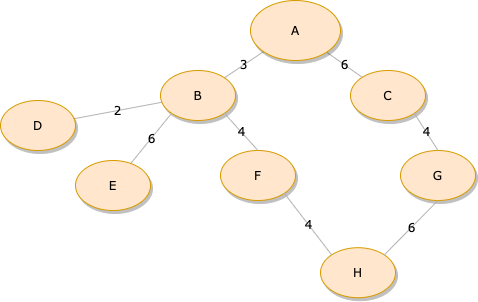
Earlier version of the draw.io export Praktikum_2/Latex/Figs/Beispielgraph_2.png (krisschaaf/BAI3_GKA). Source tidied: cells renumbered, new cells last; positions are measured from the earlier drawing's top-left corner, leaving out a move shared by most shapes. Its diagram source:
```xml
<mxGraphModel>
  <root>
    <mxCell id="0" />
    <mxCell id="1" parent="0" />
    <mxCell id="2" value="3" style="edgeStyle=none;rounded=1;html=1;labelBackgroundColor=none;startArrow=none;startFill=0;startSize=5;endArrow=none;endFill=0;endSize=5;jettySize=auto;strokeColor=#B3B3B3;strokeWidth=1;fontFamily=Verdana;fontSize=12;" parent="1" edge="1" source="4" target="7">
      <mxGeometry relative="1" as="geometry" />
    </mxCell>
    <mxCell id="3" value="6" style="edgeStyle=none;rounded=1;html=1;labelBackgroundColor=none;startArrow=none;startFill=0;startSize=5;endArrow=none;endFill=0;endSize=5;jettySize=auto;strokeColor=#B3B3B3;strokeWidth=1;fontFamily=Verdana;fontSize=12;" parent="1" edge="1" source="4" target="5">
      <mxGeometry relative="1" as="geometry" />
    </mxCell>
    <mxCell id="4" value="A" style="ellipse;whiteSpace=wrap;html=1;rounded=0;shadow=1;comic=0;labelBackgroundColor=none;strokeWidth=1;fontFamily=Verdana;fontSize=12;align=center;fillColor=#ffe6cc;strokeColor=#d79b00;" parent="1" vertex="1">
      <mxGeometry x="250" width="90" height="60" as="geometry" />
    </mxCell>
    <mxCell id="5" value="C" style="ellipse;whiteSpace=wrap;html=1;rounded=0;shadow=1;comic=0;labelBackgroundColor=none;strokeWidth=1;fontFamily=Verdana;fontSize=12;align=center;fillColor=#ffe6cc;strokeColor=#d79b00;" parent="1" vertex="1">
      <mxGeometry x="350" y="70" width="75" height="50" as="geometry" />
    </mxCell>
    <mxCell id="6" value="2" style="edgeStyle=none;rounded=1;html=1;labelBackgroundColor=none;startArrow=none;startFill=0;startSize=5;endArrow=none;endFill=0;endSize=5;jettySize=auto;strokeColor=#B3B3B3;strokeWidth=1;fontFamily=Verdana;fontSize=12;" parent="1" edge="1" source="7" target="9">
      <mxGeometry relative="1" as="geometry" />
    </mxCell>
    <mxCell id="7" value="B" style="ellipse;whiteSpace=wrap;html=1;rounded=0;shadow=1;comic=0;labelBackgroundColor=none;strokeWidth=1;fontFamily=Verdana;fontSize=12;align=center;fillColor=#ffe6cc;strokeColor=#d79b00;" parent="1" vertex="1">
      <mxGeometry x="160" y="70" width="75" height="50" as="geometry" />
    </mxCell>
    <mxCell id="8" value="6" style="edgeStyle=none;rounded=1;html=1;labelBackgroundColor=none;startArrow=none;startFill=0;startSize=5;endArrow=none;endFill=0;endSize=5;jettySize=auto;strokeColor=#B3B3B3;strokeWidth=1;fontFamily=Verdana;fontSize=12;exitX=0;exitY=1;exitDx=0;exitDy=0;" parent="1" edge="1" source="7" target="10">
      <mxGeometry relative="1" as="geometry" />
    </mxCell>
    <mxCell id="9" value="&lt;span&gt;D&lt;/span&gt;" style="ellipse;whiteSpace=wrap;html=1;rounded=0;shadow=1;comic=0;labelBackgroundColor=none;strokeWidth=1;fontFamily=Verdana;fontSize=12;align=center;fillColor=#ffe6cc;strokeColor=#d79b00;" parent="1" vertex="1">
      <mxGeometry y="100" width="75" height="50" as="geometry" />
    </mxCell>
    <mxCell id="10" value="&lt;span&gt;E&lt;/span&gt;" style="ellipse;whiteSpace=wrap;html=1;rounded=0;shadow=1;comic=0;labelBackgroundColor=none;strokeWidth=1;fontFamily=Verdana;fontSize=12;align=center;fillColor=#ffe6cc;strokeColor=#d79b00;" parent="1" vertex="1">
      <mxGeometry x="75" y="160" width="75" height="50" as="geometry" />
    </mxCell>
    <mxCell id="11" value="&lt;span&gt;F&lt;/span&gt;" style="ellipse;whiteSpace=wrap;html=1;rounded=0;shadow=1;comic=0;labelBackgroundColor=none;strokeWidth=1;fontFamily=Verdana;fontSize=12;align=center;fillColor=#ffe6cc;strokeColor=#d79b00;" parent="1" vertex="1">
      <mxGeometry x="220" y="150" width="75" height="50" as="geometry" />
    </mxCell>
    <mxCell id="12" value="4" style="edgeStyle=none;rounded=1;html=1;labelBackgroundColor=none;startArrow=none;startFill=0;startSize=5;endArrow=none;endFill=0;endSize=5;jettySize=auto;strokeColor=#B3B3B3;strokeWidth=1;fontFamily=Verdana;fontSize=12;exitX=1;exitY=1;exitDx=0;exitDy=0;entryX=0.5;entryY=0;entryDx=0;entryDy=0;" parent="1" edge="1" source="7" target="11">
      <mxGeometry relative="1" as="geometry" />
    </mxCell>
    <mxCell id="13" value="&lt;span&gt;G&lt;/span&gt;" style="ellipse;whiteSpace=wrap;html=1;rounded=0;shadow=1;comic=0;labelBackgroundColor=none;strokeWidth=1;fontFamily=Verdana;fontSize=12;align=center;fillColor=#ffe6cc;strokeColor=#d79b00;" parent="1" vertex="1">
      <mxGeometry x="400" y="150" width="75" height="50" as="geometry" />
    </mxCell>
    <mxCell id="14" value="4" style="edgeStyle=none;rounded=1;html=1;labelBackgroundColor=none;startArrow=none;startFill=0;startSize=5;endArrow=none;endFill=0;endSize=5;jettySize=auto;strokeColor=#B3B3B3;strokeWidth=1;fontFamily=Verdana;fontSize=12;exitX=1;exitY=1;exitDx=0;exitDy=0;entryX=0.5;entryY=0;entryDx=0;entryDy=0;" parent="1" edge="1" source="5" target="13">
      <mxGeometry relative="1" as="geometry" />
    </mxCell>
    <mxCell id="15" value="&lt;span&gt;H&lt;/span&gt;" style="ellipse;whiteSpace=wrap;html=1;rounded=0;shadow=1;comic=0;labelBackgroundColor=none;strokeWidth=1;fontFamily=Verdana;fontSize=12;align=center;fillColor=#ffe6cc;strokeColor=#d79b00;" parent="1" vertex="1">
      <mxGeometry x="320" y="247.2" width="75" height="50" as="geometry" />
    </mxCell>
    <mxCell id="16" value="6" style="edgeStyle=none;rounded=1;html=1;labelBackgroundColor=none;startArrow=none;startFill=0;startSize=5;endArrow=none;endFill=0;endSize=5;jettySize=auto;strokeColor=#B3B3B3;strokeWidth=1;fontFamily=Verdana;fontSize=12;exitX=0.5;exitY=1;exitDx=0;exitDy=0;entryX=1;entryY=0;entryDx=0;entryDy=0;" parent="1" edge="1" source="13" target="15">
      <mxGeometry relative="1" as="geometry" />
    </mxCell>
    <mxCell id="17" value="4" style="edgeStyle=none;rounded=1;html=1;labelBackgroundColor=none;startArrow=none;startFill=0;startSize=5;endArrow=none;endFill=0;endSize=5;jettySize=auto;strokeColor=#B3B3B3;strokeWidth=1;fontFamily=Verdana;fontSize=12;exitX=1;exitY=1;exitDx=0;exitDy=0;entryX=0;entryY=0;entryDx=0;entryDy=0;" parent="1" edge="1" source="11" target="15">
      <mxGeometry relative="1" as="geometry" />
    </mxCell>
  </root>
</mxGraphModel>
```
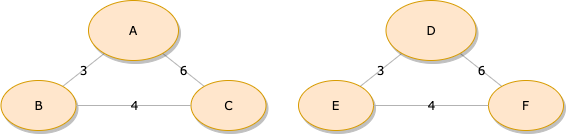
The same diagram one commit later.

Diff of the diagram source:
```diff
@@ -12,43 +12,31 @@
       <mxGeometry x="250" width="90" height="60" as="geometry" />
     </mxCell>
     <mxCell id="5" value="C" style="ellipse;whiteSpace=wrap;html=1;rounded=0;shadow=1;comic=0;labelBackgroundColor=none;strokeWidth=1;fontFamily=Verdana;fontSize=12;align=center;fillColor=#ffe6cc;strokeColor=#d79b00;" parent="1" vertex="1">
-      <mxGeometry x="350" y="70" width="75" height="50" as="geometry" />
+      <mxGeometry x="352.5" y="80" width="75" height="50" as="geometry" />
     </mxCell>
-    <mxCell id="6" value="2" style="edgeStyle=none;rounded=1;html=1;labelBackgroundColor=none;startArrow=none;startFill=0;startSize=5;endArrow=none;endFill=0;endSize=5;jettySize=auto;strokeColor=#B3B3B3;strokeWidth=1;fontFamily=Verdana;fontSize=12;" parent="1" edge="1" source="7" target="9">
-      <mxGeometry relative="1" as="geometry" />
-    </mxCell>
     <mxCell id="7" value="B" style="ellipse;whiteSpace=wrap;html=1;rounded=0;shadow=1;comic=0;labelBackgroundColor=none;strokeWidth=1;fontFamily=Verdana;fontSize=12;align=center;fillColor=#ffe6cc;strokeColor=#d79b00;" parent="1" vertex="1">
-      <mxGeometry x="160" y="70" width="75" height="50" as="geometry" />
+      <mxGeometry x="162.5" y="80" width="75" height="50" as="geometry" />
     </mxCell>
-    <mxCell id="8" value="6" style="edgeStyle=none;rounded=1;html=1;labelBackgroundColor=none;startArrow=none;startFill=0;startSize=5;endArrow=none;endFill=0;endSize=5;jettySize=auto;strokeColor=#B3B3B3;strokeWidth=1;fontFamily=Verdana;fontSize=12;exitX=0;exitY=1;exitDx=0;exitDy=0;" parent="1" edge="1" source="7" target="10">
-      <mxGeometry relative="1" as="geometry" />
-    </mxCell>
+    <mxCell id="12" value="4" style="edgeStyle=none;rounded=1;html=1;labelBackgroundColor=none;startArrow=none;startFill=0;startSize=5;endArrow=none;endFill=0;endSize=5;jettySize=auto;strokeColor=#B3B3B3;strokeWidth=1;fontFamily=Verdana;fontSize=12;exitX=1;exitY=0.5;exitDx=0;exitDy=0;entryX=0;entryY=0.5;entryDx=0;entryDy=0;" parent="1" edge="1" source="7" target="5">
+      <mxGeometry relative="1" as="geometry" />
+    </mxCell>
+    <mxCell id="18" value="3" style="edgeStyle=none;rounded=1;html=1;labelBackgroundColor=none;startArrow=none;startFill=0;startSize=5;endArrow=none;endFill=0;endSize=5;jettySize=auto;strokeColor=#B3B3B3;strokeWidth=1;fontFamily=Verdana;fontSize=12;" parent="1" edge="1" source="9" target="10">
+      <mxGeometry relative="1" as="geometry" />
+    </mxCell>
+    <mxCell id="19" value="6" style="edgeStyle=none;rounded=1;html=1;labelBackgroundColor=none;startArrow=none;startFill=0;startSize=5;endArrow=none;endFill=0;endSize=5;jettySize=auto;strokeColor=#B3B3B3;strokeWidth=1;fontFamily=Verdana;fontSize=12;" parent="1" edge="1" source="9" target="11">
+      <mxGeometry relative="1" as="geometry" />
+    </mxCell>
-    <mxCell id="9" value="&lt;span&gt;D&lt;/span&gt;" style="ellipse;whiteSpace=wrap;html=1;rounded=0;shadow=1;comic=0;labelBackgroundColor=none;strokeWidth=1;fontFamily=Verdana;fontSize=12;align=center;fillColor=#ffe6cc;strokeColor=#d79b00;" parent="1" vertex="1">
-      <mxGeometry y="100" width="75" height="50" as="geometry" />
+    <mxCell id="9" value="D" style="ellipse;whiteSpace=wrap;html=1;rounded=0;shadow=1;comic=0;labelBackgroundColor=none;strokeWidth=1;fontFamily=Verdana;fontSize=12;align=center;fillColor=#ffe6cc;strokeColor=#d79b00;" parent="1" vertex="1">
+      <mxGeometry x="547.5" width="90" height="60" as="geometry" />
     </mxCell>
+    <mxCell id="11" value="F" style="ellipse;whiteSpace=wrap;html=1;rounded=0;shadow=1;comic=0;labelBackgroundColor=none;strokeWidth=1;fontFamily=Verdana;fontSize=12;align=center;fillColor=#ffe6cc;strokeColor=#d79b00;" parent="1" vertex="1">
+      <mxGeometry x="650" y="80" width="75" height="50" as="geometry" />
+    </mxCell>
-    <mxCell id="10" value="&lt;span&gt;E&lt;/span&gt;" style="ellipse;whiteSpace=wrap;html=1;rounded=0;shadow=1;comic=0;labelBackgroundColor=none;strokeWidth=1;fontFamily=Verdana;fontSize=12;align=center;fillColor=#ffe6cc;strokeColor=#d79b00;" parent="1" vertex="1">
-      <mxGeometry x="75" y="160" width="75" height="50" as="geometry" />
+    <mxCell id="10" value="E" style="ellipse;whiteSpace=wrap;html=1;rounded=0;shadow=1;comic=0;labelBackgroundColor=none;strokeWidth=1;fontFamily=Verdana;fontSize=12;align=center;fillColor=#ffe6cc;strokeColor=#d79b00;" parent="1" vertex="1">
+      <mxGeometry x="460" y="80" width="75" height="50" as="geometry" />
     </mxCell>
-    <mxCell id="11" value="&lt;span&gt;F&lt;/span&gt;" style="ellipse;whiteSpace=wrap;html=1;rounded=0;shadow=1;comic=0;labelBackgroundColor=none;strokeWidth=1;fontFamily=Verdana;fontSize=12;align=center;fillColor=#ffe6cc;strokeColor=#d79b00;" parent="1" vertex="1">
-      <mxGeometry x="220" y="150" width="75" height="50" as="geometry" />
-    </mxCell>
-    <mxCell id="12" value="4" style="edgeStyle=none;rounded=1;html=1;labelBackgroundColor=none;startArrow=none;startFill=0;startSize=5;endArrow=none;endFill=0;endSize=5;jettySize=auto;strokeColor=#B3B3B3;strokeWidth=1;fontFamily=Verdana;fontSize=12;exitX=1;exitY=1;exitDx=0;exitDy=0;entryX=0.5;entryY=0;entryDx=0;entryDy=0;" parent="1" edge="1" source="7" target="11">
-      <mxGeometry relative="1" as="geometry" />
-    </mxCell>
-    <mxCell id="13" value="&lt;span&gt;G&lt;/span&gt;" style="ellipse;whiteSpace=wrap;html=1;rounded=0;shadow=1;comic=0;labelBackgroundColor=none;strokeWidth=1;fontFamily=Verdana;fontSize=12;align=center;fillColor=#ffe6cc;strokeColor=#d79b00;" parent="1" vertex="1">
-      <mxGeometry x="400" y="150" width="75" height="50" as="geometry" />
-    </mxCell>
-    <mxCell id="14" value="4" style="edgeStyle=none;rounded=1;html=1;labelBackgroundColor=none;startArrow=none;startFill=0;startSize=5;endArrow=none;endFill=0;endSize=5;jettySize=auto;strokeColor=#B3B3B3;strokeWidth=1;fontFamily=Verdana;fontSize=12;exitX=1;exitY=1;exitDx=0;exitDy=0;entryX=0.5;entryY=0;entryDx=0;entryDy=0;" parent="1" edge="1" source="5" target="13">
-      <mxGeometry relative="1" as="geometry" />
-    </mxCell>
-    <mxCell id="15" value="&lt;span&gt;H&lt;/span&gt;" style="ellipse;whiteSpace=wrap;html=1;rounded=0;shadow=1;comic=0;labelBackgroundColor=none;strokeWidth=1;fontFamily=Verdana;fontSize=12;align=center;fillColor=#ffe6cc;strokeColor=#d79b00;" parent="1" vertex="1">
-      <mxGeometry x="320" y="247.2" width="75" height="50" as="geometry" />
-    </mxCell>
-    <mxCell id="16" value="6" style="edgeStyle=none;rounded=1;html=1;labelBackgroundColor=none;startArrow=none;startFill=0;startSize=5;endArrow=none;endFill=0;endSize=5;jettySize=auto;strokeColor=#B3B3B3;strokeWidth=1;fontFamily=Verdana;fontSize=12;exitX=0.5;exitY=1;exitDx=0;exitDy=0;entryX=1;entryY=0;entryDx=0;entryDy=0;" parent="1" edge="1" source="13" target="15">
-      <mxGeometry relative="1" as="geometry" />
-    </mxCell>
-    <mxCell id="17" value="4" style="edgeStyle=none;rounded=1;html=1;labelBackgroundColor=none;startArrow=none;startFill=0;startSize=5;endArrow=none;endFill=0;endSize=5;jettySize=auto;strokeColor=#B3B3B3;strokeWidth=1;fontFamily=Verdana;fontSize=12;exitX=1;exitY=1;exitDx=0;exitDy=0;entryX=0;entryY=0;entryDx=0;entryDy=0;" parent="1" edge="1" source="11" target="15">
-      <mxGeometry relative="1" as="geometry" />
-    </mxCell>
+    <mxCell id="20" value="4" style="edgeStyle=none;rounded=1;html=1;labelBackgroundColor=none;startArrow=none;startFill=0;startSize=5;endArrow=none;endFill=0;endSize=5;jettySize=auto;strokeColor=#B3B3B3;strokeWidth=1;fontFamily=Verdana;fontSize=12;exitX=1;exitY=0.5;exitDx=0;exitDy=0;entryX=0;entryY=0.5;entryDx=0;entryDy=0;" parent="1" edge="1" source="10" target="11">
+      <mxGeometry relative="1" as="geometry" />
+    </mxCell>
   </root>
 </mxGraphModel>
```
